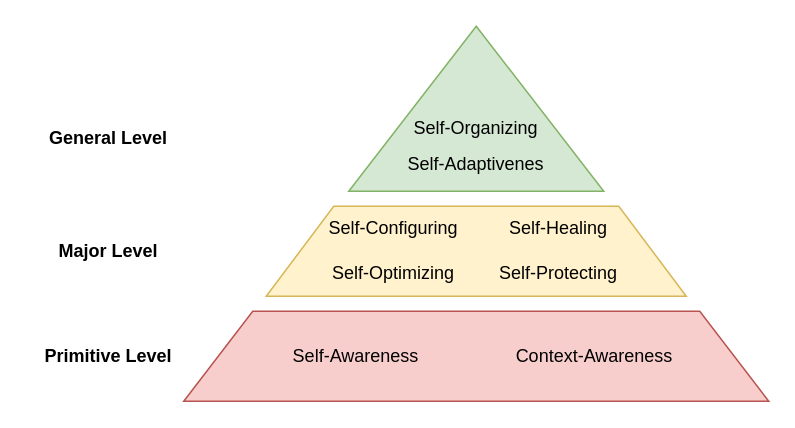
Earlier version of the draw.io diagram page "properties" (9 of 10) of documentation/diagrams/diagram.drawio (alegil0206/AeroFlux). Source tidied: cells renumbered, new cells numbered last; positions are measured from the earlier drawing's top-left corner, leaving out a move shared by most shapes. Both pictures are drawn from the tidied source at 150%, with x=0, y=0 at pixel (26, 26).
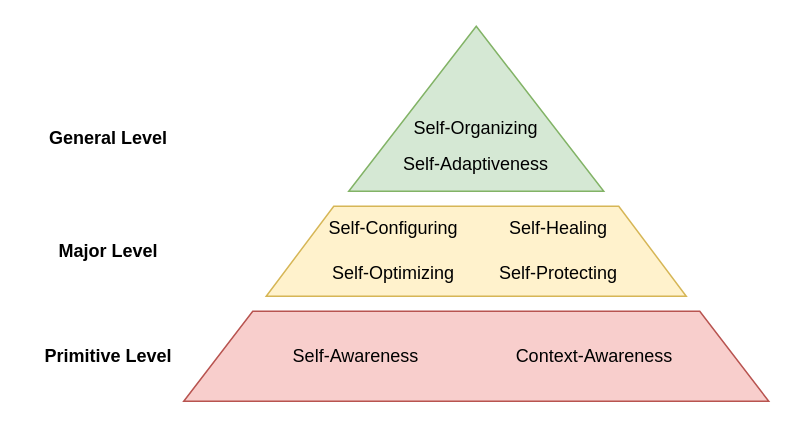
The same page after the edit.

What changed in the source:
```diff
@@
 <mxGraphModel>
   <root>
     <mxCell id="0" />
     <mxCell id="1" parent="0" />
     <mxCell id="2" style="shape=trapezoid;perimeter=trapezoidPerimeter;whiteSpace=wrap;html=1;fixedSize=1;size=46;fillColor=#f8cecc;strokeColor=#b85450;" parent="1" vertex="1">
       <mxGeometry x="105" y="190" width="390" height="60" as="geometry" />
     </mxCell>
     <mxCell id="3" style="shape=trapezoid;perimeter=trapezoidPerimeter;whiteSpace=wrap;html=1;fixedSize=1;size=45;fillColor=#fff2cc;strokeColor=#d6b656;" parent="1" vertex="1">
       <mxGeometry x="160" y="120" width="280" height="60" as="geometry" />
     </mxCell>
     <mxCell id="4" style="shape=trapezoid;perimeter=trapezoidPerimeter;whiteSpace=wrap;html=1;fixedSize=1;size=85;fillColor=#d5e8d4;strokeColor=#82b366;" parent="1" vertex="1">
       <mxGeometry x="215" width="170" height="110" as="geometry" />
     </mxCell>
-    <mxCell id="5" value="Self-Adaptivenes" style="text;html=1;align=center;verticalAlign=middle;whiteSpace=wrap;rounded=0;" parent="1" vertex="1">
+    <mxCell id="5" value="Self-Adaptiveness" style="text;html=1;align=center;verticalAlign=middle;whiteSpace=wrap;rounded=0;" parent="1" vertex="1">
       <mxGeometry x="240" y="77" width="120" height="30" as="geometry" />
     </mxCell>
     <mxCell id="6" value="Self-Organizing" style="text;html=1;align=center;verticalAlign=middle;whiteSpace=wrap;rounded=0;" parent="1" vertex="1">
       <mxGeometry x="240" y="53" width="120" height="30" as="geometry" />
     </mxCell>
     <mxCell id="7" value="Self-Configuring" style="text;html=1;align=center;verticalAlign=middle;whiteSpace=wrap;rounded=0;" parent="1" vertex="1">
       <mxGeometry x="185" y="120" width="120" height="30" as="geometry" />
     </mxCell>
     <mxCell id="8" value="Self-Protecting" style="text;html=1;align=center;verticalAlign=middle;whiteSpace=wrap;rounded=0;" parent="1" vertex="1">
       <mxGeometry x="295" y="150" width="120" height="30" as="geometry" />
     </mxCell>
     <mxCell id="9" value="Self-Optimizing" style="text;html=1;align=center;verticalAlign=middle;whiteSpace=wrap;rounded=0;" parent="1" vertex="1">
       <mxGeometry x="185" y="150" width="120" height="30" as="geometry" />
     </mxCell>
     <mxCell id="10" value="Self-Healing" style="text;html=1;align=center;verticalAlign=middle;whiteSpace=wrap;rounded=0;" parent="1" vertex="1">
       <mxGeometry x="295" y="120" width="120" height="30" as="geometry" />
     </mxCell>
     <mxCell id="11" value="Self-Awareness" style="text;html=1;align=center;verticalAlign=middle;whiteSpace=wrap;rounded=0;" parent="1" vertex="1">
       <mxGeometry x="160" y="205" width="120" height="30" as="geometry" />
     </mxCell>
     <mxCell id="12" value="Context-Awareness" style="text;html=1;align=center;verticalAlign=middle;whiteSpace=wrap;rounded=0;" parent="1" vertex="1">
       <mxGeometry x="319" y="205" width="120" height="30" as="geometry" />
     </mxCell>
     <mxCell id="13" value="&lt;b&gt;Primitive Level&lt;/b&gt;" style="text;html=1;align=center;verticalAlign=middle;whiteSpace=wrap;rounded=0;" parent="1" vertex="1">
       <mxGeometry x="10" y="205" width="90" height="30" as="geometry" />
     </mxCell>
     <mxCell id="14" value="&lt;b&gt;General Level&lt;/b&gt;" style="text;html=1;align=center;verticalAlign=middle;whiteSpace=wrap;rounded=0;" parent="1" vertex="1">
       <mxGeometry y="60" width="110" height="30" as="geometry" />
     </mxCell>
     <mxCell id="15" value="&lt;b&gt;Major Level&lt;/b&gt;" style="text;html=1;align=center;verticalAlign=middle;whiteSpace=wrap;rounded=0;" parent="1" vertex="1">
       <mxGeometry x="15" y="135" width="80" height="30" as="geometry" />
     </mxCell>
   </root>
 </mxGraphModel>
```
